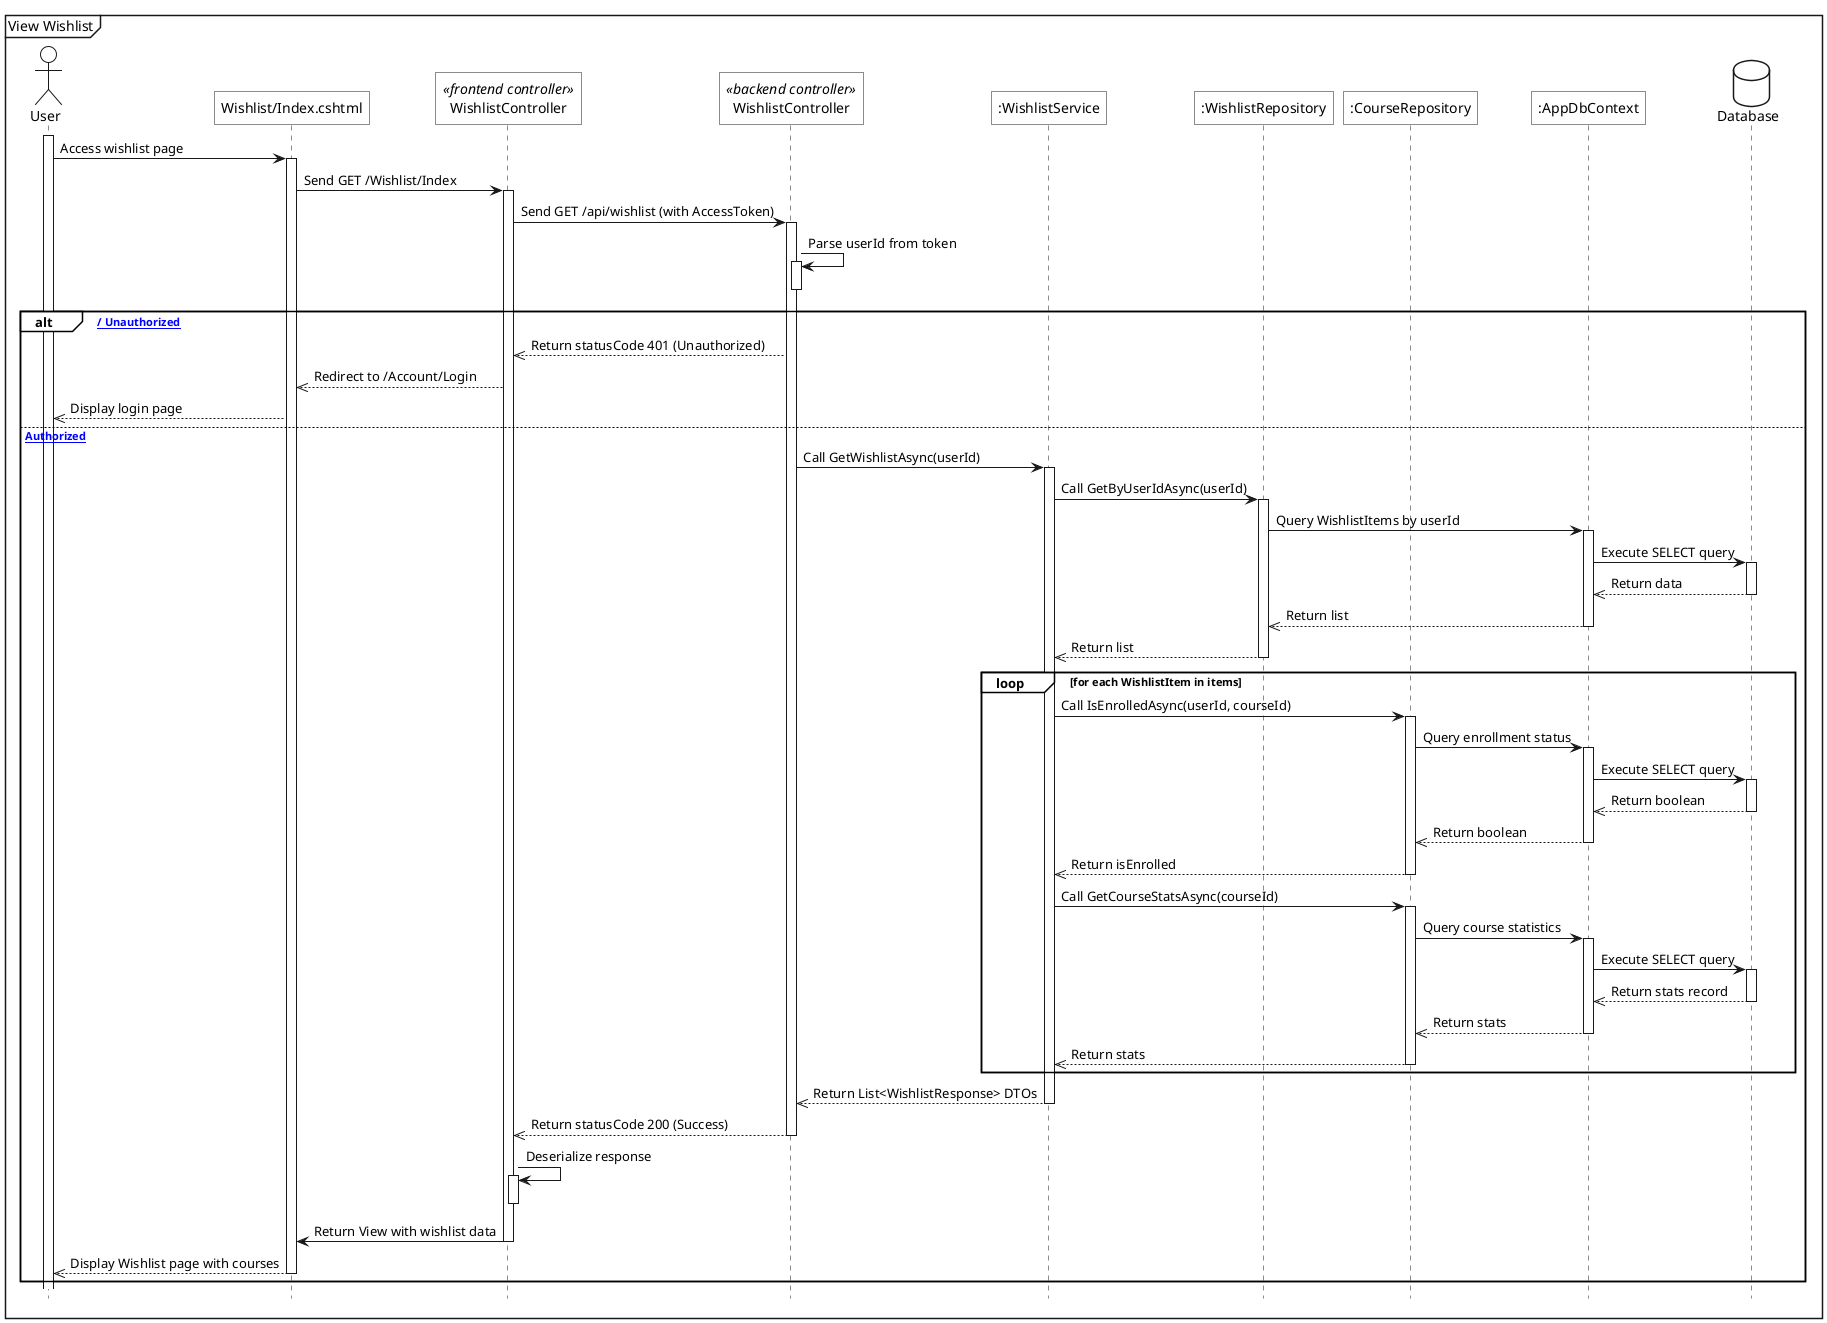
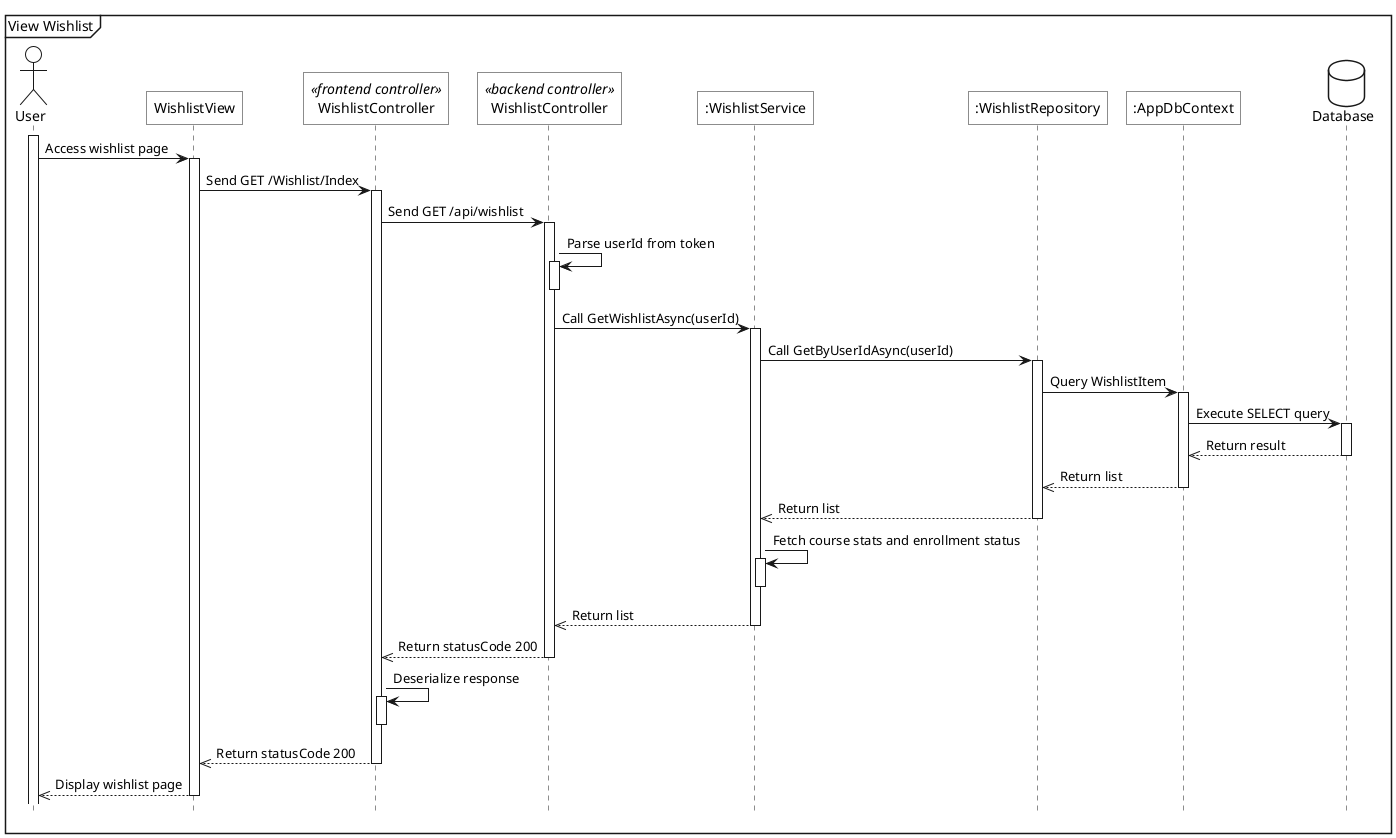
@startuml
<style>
    sequenceDiagram{
        actor{
            BackgroundColor white
            LineThickness 1.0
        }
        participant{
            BackgroundColor white
            RoundCorner 0
        }
        database{
            BackgroundColor white
        }
        groupHeader{
            BackgroundColor white
        }
        referenceHeader{
            BackgroundColor white
        }
        reference{
            BackgroundColor white
        }
    }
</style>

hide footbox

mainframe View Wishlist
actor User as act

- participant "Wishlist/Index.cshtml" as view
+ participant "WishlistView" as view
participant "WishlistController" as fe_ctrl <<frontend controller>>
participant "WishlistController" as be_ctrl <<backend controller>>
participant ":WishlistService" as sv
participant ":WishlistRepository" as w_repo
- participant ":CourseRepository" as c_repo
participant ":AppDbContext" as ctx
database Database as db

act++
act->view++: Access wishlist page
view->fe_ctrl++: Send GET /Wishlist/Index

- fe_ctrl->be_ctrl++: Send GET /api/wishlist (with AccessToken)
+ fe_ctrl->be_ctrl++: Send GET /api/wishlist

be_ctrl->be_ctrl++: Parse userId from token
be_ctrl--

- alt [Unauthenticated / Unauthorized]
-     be_ctrl-->>fe_ctrl: Return statusCode 401 (Unauthorized)
-     fe_ctrl-->>view: Redirect to /Account/Login
-     view-->>act: Display login page
- else [Authorized]
-     be_ctrl->sv++: Call GetWishlistAsync(userId)
+ be_ctrl->sv++: Call GetWishlistAsync(userId)

-     sv->w_repo++: Call GetByUserIdAsync(userId)
-     w_repo->ctx++: Query WishlistItems by userId
-     ctx->db++: Execute SELECT query
-     db-->>ctx--: Return data
-     ctx-->>w_repo--: Return list
-     w_repo-->>sv--: Return list
+ sv->w_repo++: Call GetByUserIdAsync(userId)
+ w_repo->ctx++: Query WishlistItem
+ ctx->db++: Execute SELECT query
+ db-->>ctx--: Return result
+ ctx-->>w_repo--: Return list
+ w_repo-->>sv--: Return list

-     loop for each WishlistItem in items
-         sv->c_repo++: Call IsEnrolledAsync(userId, courseId)
-         c_repo->ctx++: Query enrollment status
-         ctx->db++: Execute SELECT query
-         db-->>ctx--: Return boolean
-         ctx-->>c_repo--: Return boolean
-         c_repo-->>sv--: Return isEnrolled
+ sv->sv++: Fetch course stats and enrollment status
+ sv--

-         sv->c_repo++: Call GetCourseStatsAsync(courseId)
-         c_repo->ctx++: Query course statistics
-         ctx->db++: Execute SELECT query
-         db-->>ctx--: Return stats record
-         ctx-->>c_repo--: Return stats
-         c_repo-->>sv--: Return stats
-     end
+ sv-->>be_ctrl--: Return list
+ be_ctrl-->>fe_ctrl--: Return statusCode 200

-     sv-->>be_ctrl--: Return List<WishlistResponse> DTOs
-     be_ctrl-->>fe_ctrl--: Return statusCode 200 (Success)
+ fe_ctrl->fe_ctrl++: Deserialize response
+ fe_ctrl--

-     fe_ctrl->fe_ctrl++: Deserialize response
-     fe_ctrl--
-     fe_ctrl->view--: Return View with wishlist data
-     view-->>act--: Display Wishlist page with courses
- end
+ fe_ctrl-->>view--: Return statusCode 200
+ view-->>act--: Display wishlist page
@enduml
